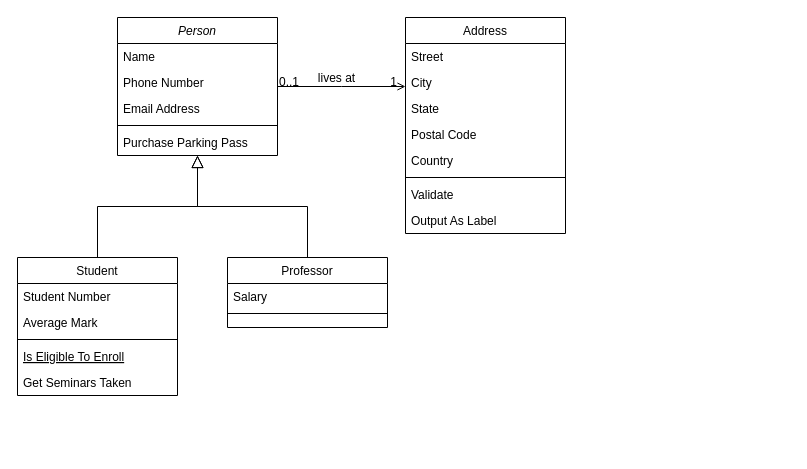
The draw.io diagram patient/05.classdiagram/UC6diagram.drawio in yhb1834/Smart-Health-Prediction-System, before the edit. Source tidied: cells renumbered, new cells numbered last; positions are measured from the earlier drawing's top-left corner, leaving out a move shared by most shapes. Both pictures are drawn from the tidied source at 100%, with x=0, y=0 at pixel (17, 17).
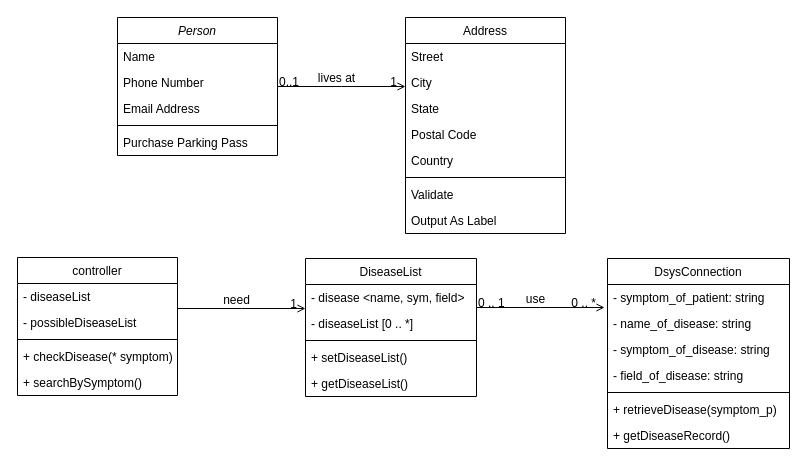
After the change.

Unchanged cells that the change refers to:
```xml
<mxCell id="2" value="Person" style="swimlane;fontStyle=2;align=center;verticalAlign=top;horizontal=1;startSize=26;rounded=0;shadow=0;strokeWidth=1;" parent="1" vertex="1">
  <mxGeometry x="100" width="160" height="138" as="geometry" />
</mxCell>
```

The edit, as a diff of the source:
```diff
@@
-    <mxCell id="8" value="Student" style="swimlane;fontStyle=0;align=center;verticalAlign=top;horizontal=1;startSize=26;rounded=0;shadow=0;strokeWidth=1;" parent="1" vertex="1">
+    <mxCell id="8" value="controller" style="swimlane;fontStyle=0;align=center;verticalAlign=top;horizontal=1;startSize=26;rounded=0;shadow=0;strokeWidth=1;" parent="1" vertex="1">
       <mxGeometry y="240" width="160" height="138" as="geometry" />
     </mxCell>
-    <mxCell id="9" value="Student Number" style="text;align=left;verticalAlign=top;spacingLeft=4;spacingRight=4;overflow=hidden;" parent="8" vertex="1">
+    <mxCell id="9" value="- diseaseList" style="text;align=left;verticalAlign=top;spacingLeft=4;spacingRight=4;overflow=hidden;" parent="8" vertex="1">
       <mxGeometry y="26" width="160" height="26" as="geometry" />
     </mxCell>
-    <mxCell id="10" value="Average Mark" style="text;align=left;verticalAlign=top;spacingLeft=4;spacingRight=4;overflow=hidden;rounded=0;shadow=0;html=0;" parent="8" vertex="1">
+    <mxCell id="10" value="- possibleDiseaseList" style="text;align=left;verticalAlign=top;spacingLeft=4;spacingRight=4;overflow=hidden;rounded=0;shadow=0;html=0;" parent="8" vertex="1">
       <mxGeometry y="52" width="160" height="26" as="geometry" />
     </mxCell>
@@
-    <mxCell id="12" value="Is Eligible To Enroll" style="text;align=left;verticalAlign=top;spacingLeft=4;spacingRight=4;overflow=hidden;fontStyle=4;" parent="8" vertex="1">
+    <mxCell id="12" value="+ checkDisease(* symptom)" style="text;align=left;verticalAlign=top;spacingLeft=4;spacingRight=4;overflow=hidden;fontStyle=0;" parent="8" vertex="1">
       <mxGeometry y="86" width="160" height="26" as="geometry" />
     </mxCell>
-    <mxCell id="13" value="Get Seminars Taken" style="text;align=left;verticalAlign=top;spacingLeft=4;spacingRight=4;overflow=hidden;" parent="8" vertex="1">
+    <mxCell id="13" value="+ searchBySymptom()" style="text;align=left;verticalAlign=top;spacingLeft=4;spacingRight=4;overflow=hidden;" parent="8" vertex="1">
       <mxGeometry y="112" width="160" height="26" as="geometry" />
     </mxCell>
-    <mxCell id="14" style="endArrow=block;endSize=10;endFill=0;shadow=0;strokeWidth=1;rounded=0;edgeStyle=elbowEdgeStyle;elbow=vertical;" parent="1" edge="1" source="8" target="2">
-      <mxGeometry relative="1" as="geometry" />
-    </mxCell>
-    <mxCell id="15" value="Professor" style="swimlane;fontStyle=0;align=center;verticalAlign=top;horizontal=1;startSize=26;rounded=0;shadow=0;strokeWidth=1;" parent="1" vertex="1">
-      <mxGeometry x="210" y="240" width="160" height="70" as="geometry" />
+    <mxCell id="15" value="DiseaseList" style="swimlane;fontStyle=0;align=center;verticalAlign=top;horizontal=1;startSize=26;rounded=0;shadow=0;strokeWidth=1;" parent="1" vertex="1">
+      <mxGeometry x="288" y="241" width="171" height="138" as="geometry" />
     </mxCell>
-    <mxCell id="16" value="Salary" style="text;align=left;verticalAlign=top;spacingLeft=4;spacingRight=4;overflow=hidden;" parent="15" vertex="1">
-      <mxGeometry y="26" width="160" height="26" as="geometry" />
+    <mxCell id="16" value="- disease &lt;name, sym, field&gt;" style="text;align=left;verticalAlign=top;spacingLeft=4;spacingRight=4;overflow=hidden;" parent="15" vertex="1">
+      <mxGeometry y="26" width="171" height="26" as="geometry" />
     </mxCell>
+    <mxCell id="32" value="- diseaseList [0 .. *]" style="text;align=left;verticalAlign=top;spacingLeft=4;spacingRight=4;overflow=hidden;" parent="15" vertex="1">
+      <mxGeometry y="52" width="171" height="26" as="geometry" />
+    </mxCell>
     <mxCell id="17" style="line;html=1;strokeWidth=1;align=left;verticalAlign=middle;spacingTop=-1;spacingLeft=3;spacingRight=3;labelPosition=right;" parent="15" vertex="1">
-      <mxGeometry y="52" width="160" height="8" as="geometry" />
+      <mxGeometry y="78" width="171" height="8" as="geometry" />
     </mxCell>
-    <mxCell id="18" style="endArrow=block;endSize=10;endFill=0;shadow=0;strokeWidth=1;rounded=0;edgeStyle=elbowEdgeStyle;elbow=vertical;" parent="1" edge="1" source="15" target="2">
-      <mxGeometry relative="1" as="geometry" />
-    </mxCell>
+    <mxCell id="33" value="+ setDiseaseList()" style="text;align=left;verticalAlign=top;spacingLeft=4;spacingRight=4;overflow=hidden;fontStyle=0;" parent="15" vertex="1">
+      <mxGeometry y="86" width="171" height="26" as="geometry" />
+    </mxCell>
+    <mxCell id="34" value="+ getDiseaseList()" style="text;align=left;verticalAlign=top;spacingLeft=4;spacingRight=4;overflow=hidden;fontStyle=0;" parent="15" vertex="1">
+      <mxGeometry y="112" width="171" height="26" as="geometry" />
+    </mxCell>
@@
+    <mxCell id="35" value="DsysConnection" style="swimlane;fontStyle=0;align=center;verticalAlign=top;horizontal=1;startSize=26;rounded=0;shadow=0;strokeWidth=1;" parent="1" vertex="1">
+      <mxGeometry x="590" y="241" width="182" height="190" as="geometry" />
+    </mxCell>
+    <mxCell id="36" value="- symptom_of_patient: string" style="text;align=left;verticalAlign=top;spacingLeft=4;spacingRight=4;overflow=hidden;rounded=0;shadow=0;html=0;" parent="35" vertex="1">
+      <mxGeometry y="26" width="182" height="26" as="geometry" />
+    </mxCell>
+    <mxCell id="37" value="- name_of_disease: string" style="text;align=left;verticalAlign=top;spacingLeft=4;spacingRight=4;overflow=hidden;rounded=0;shadow=0;html=0;" parent="35" vertex="1">
+      <mxGeometry y="52" width="182" height="26" as="geometry" />
+    </mxCell>
+    <mxCell id="38" value="- symptom_of_disease: string" style="text;align=left;verticalAlign=top;spacingLeft=4;spacingRight=4;overflow=hidden;rounded=0;shadow=0;html=0;" parent="35" vertex="1">
+      <mxGeometry y="78" width="182" height="26" as="geometry" />
+    </mxCell>
+    <mxCell id="39" value="- field_of_disease: string" style="text;align=left;verticalAlign=top;spacingLeft=4;spacingRight=4;overflow=hidden;rounded=0;shadow=0;html=0;" parent="35" vertex="1">
+      <mxGeometry y="104" width="182" height="26" as="geometry" />
+    </mxCell>
+    <mxCell id="40" style="line;html=1;strokeWidth=1;align=left;verticalAlign=middle;spacingTop=-1;spacingLeft=3;spacingRight=3;labelPosition=right;" parent="35" vertex="1">
+      <mxGeometry y="130" width="182" height="8" as="geometry" />
+    </mxCell>
+    <mxCell id="41" value="+ retrieveDisease(symptom_p)" style="text;align=left;verticalAlign=top;spacingLeft=4;spacingRight=4;overflow=hidden;" parent="35" vertex="1">
+      <mxGeometry y="138" width="182" height="26" as="geometry" />
+    </mxCell>
+    <mxCell id="42" value="+ getDiseaseRecord()" style="text;align=left;verticalAlign=top;spacingLeft=4;spacingRight=4;overflow=hidden;" parent="35" vertex="1">
+      <mxGeometry y="164" width="182" height="26" as="geometry" />
+    </mxCell>
+    <mxCell id="43" style="endArrow=open;shadow=0;strokeWidth=1;rounded=0;endFill=1;edgeStyle=elbowEdgeStyle;elbow=vertical;" parent="1" edge="1">
+      <mxGeometry x="0.5" y="41" relative="1" as="geometry">
+        <mxPoint x="160" y="291" as="sourcePoint" />
+        <mxPoint x="288" y="291" as="targetPoint" />
+        <mxPoint x="-40" y="32" as="offset" />
+      </mxGeometry>
+    </mxCell>
+    <mxCell id="44" value="1" style="align=right;verticalAlign=bottom;labelBackgroundColor=none;fontSize=12;" parent="43" vertex="1">
+      <mxGeometry x="1" relative="1" as="geometry">
+        <mxPoint x="-7" y="4" as="offset" />
+      </mxGeometry>
+    </mxCell>
+    <mxCell id="45" value="need" style="text;html=1;align=center;verticalAlign=middle;labelBackgroundColor=none;rounded=0;shadow=0;strokeWidth=1;fontSize=12;" parent="43" vertex="1">
+      <mxGeometry x="0.5" y="49" relative="1" as="geometry">
+        <mxPoint x="-38" y="40" as="offset" />
+      </mxGeometry>
+    </mxCell>
+    <mxCell id="46" style="endArrow=open;shadow=0;strokeWidth=1;rounded=0;endFill=1;edgeStyle=elbowEdgeStyle;elbow=vertical;" parent="1" edge="1">
+      <mxGeometry x="0.5" y="41" relative="1" as="geometry">
+        <mxPoint x="459" y="290" as="sourcePoint" />
+        <mxPoint x="587" y="290" as="targetPoint" />
+        <mxPoint x="-40" y="32" as="offset" />
+      </mxGeometry>
+    </mxCell>
+    <mxCell id="47" value="0 .. 1" style="align=left;verticalAlign=bottom;labelBackgroundColor=none;fontSize=12;" parent="46" vertex="1">
+      <mxGeometry x="-1" relative="1" as="geometry">
+        <mxPoint y="4" as="offset" />
+      </mxGeometry>
+    </mxCell>
+    <mxCell id="48" value="0 .. *" style="align=right;verticalAlign=bottom;labelBackgroundColor=none;fontSize=12;" parent="46" vertex="1">
+      <mxGeometry x="1" relative="1" as="geometry">
+        <mxPoint x="-7" y="4" as="offset" />
+      </mxGeometry>
+    </mxCell>
+    <mxCell id="49" value="use" style="text;html=1;align=center;verticalAlign=middle;labelBackgroundColor=none;rounded=0;shadow=0;strokeWidth=1;fontSize=12;" parent="46" vertex="1">
+      <mxGeometry x="0.5" y="49" relative="1" as="geometry">
+        <mxPoint x="-38" y="40" as="offset" />
+      </mxGeometry>
+    </mxCell>
```
